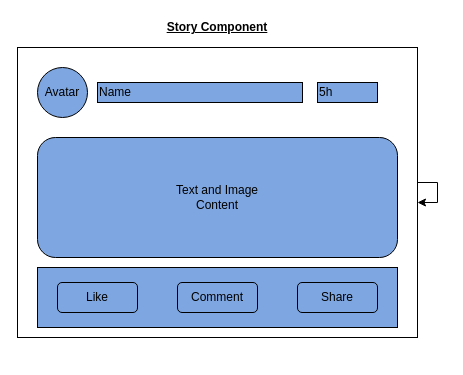
The draw.io diagram fb/Untitled Diagram.drawio in aribhatt91/Front-End-Design, before the edit. Source tidied: cells renumbered, new cells numbered last; positions are measured from the earlier drawing's top-left corner, leaving out a move shared by most shapes. Both pictures are drawn from the tidied source at 100%, with x=0, y=0 at pixel (17, 17).
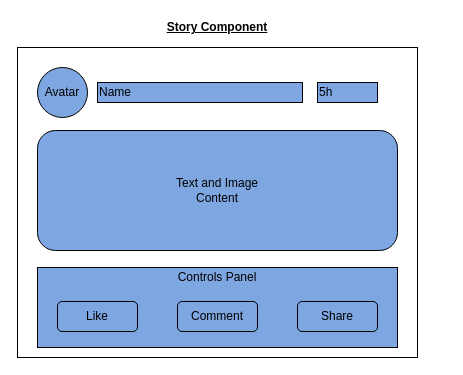
The same diagram, later.

Commit message:
Story component

Change to the diagram source:
```diff
@@
 <mxGraphModel>
   <root>
     <mxCell id="0" />
     <mxCell id="1" parent="0" />
     <mxCell id="2" style="rounded=0;whiteSpace=wrap;html=1;" parent="1" vertex="1">
-      <mxGeometry y="30" width="400" height="290" as="geometry" />
+      <mxGeometry y="30" width="400" height="310" as="geometry" />
     </mxCell>
     <mxCell id="3" value="&lt;u&gt;&lt;b&gt;Story Component&lt;/b&gt;&lt;/u&gt;" style="text;html=1;strokeColor=none;fillColor=none;align=center;verticalAlign=middle;whiteSpace=wrap;rounded=0;" parent="1" vertex="1">
       <mxGeometry x="130" width="140" height="20" as="geometry" />
     </mxCell>
     <mxCell id="4" value="Avatar" style="ellipse;whiteSpace=wrap;html=1;fillColor=#7EA6E0;" parent="1" vertex="1">
       <mxGeometry x="20" y="50" width="50" height="50" as="geometry" />
     </mxCell>
-    <mxCell id="5" style="edgeStyle=orthogonalEdgeStyle;rounded=0;orthogonalLoop=1;jettySize=auto;html=1;" parent="1" edge="1" source="2" target="2">
-      <mxGeometry relative="1" as="geometry" />
-    </mxCell>
     <mxCell id="6" value="5h" style="rounded=0;whiteSpace=wrap;html=1;fillColor=#7EA6E0;align=left;" parent="1" vertex="1">
       <mxGeometry x="300" y="65" width="60" height="20" as="geometry" />
     </mxCell>
     <mxCell id="7" value="&lt;div align=&quot;left&quot;&gt;Name&lt;/div&gt;" style="rounded=0;whiteSpace=wrap;html=1;fillColor=#7EA6E0;align=left;" parent="1" vertex="1">
       <mxGeometry x="80" y="65" width="205" height="20" as="geometry" />
     </mxCell>
     <mxCell id="8" value="&lt;div&gt;Text and Image &lt;br&gt;&lt;/div&gt;&lt;div&gt;Content&lt;/div&gt;" style="rounded=1;whiteSpace=wrap;html=1;fillColor=#7EA6E0;" parent="1" vertex="1">
-      <mxGeometry x="20" y="120" width="360" height="120" as="geometry" />
+      <mxGeometry x="20" y="113" width="360" height="120" as="geometry" />
     </mxCell>
     <mxCell id="9" style="rounded=0;whiteSpace=wrap;html=1;fillColor=#7EA6E0;" parent="1" vertex="1">
-      <mxGeometry x="20" y="250" width="360" height="60" as="geometry" />
+      <mxGeometry x="20" y="250" width="360" height="80" as="geometry" />
     </mxCell>
     <mxCell id="10" value="Like" style="rounded=1;whiteSpace=wrap;html=1;fillColor=#7EA6E0;" parent="1" vertex="1">
-      <mxGeometry x="40" y="265" width="80" height="30" as="geometry" />
+      <mxGeometry x="40" y="284" width="80" height="30" as="geometry" />
     </mxCell>
     <mxCell id="11" value="&lt;div&gt;Comment&lt;/div&gt;" style="rounded=1;whiteSpace=wrap;html=1;fillColor=#7EA6E0;" parent="1" vertex="1">
-      <mxGeometry x="160" y="265" width="80" height="30" as="geometry" />
+      <mxGeometry x="160" y="284" width="80" height="30" as="geometry" />
     </mxCell>
     <mxCell id="12" value="Share" style="rounded=1;whiteSpace=wrap;html=1;fillColor=#7EA6E0;" parent="1" vertex="1">
-      <mxGeometry x="280" y="265" width="80" height="30" as="geometry" />
+      <mxGeometry x="280" y="284" width="80" height="30" as="geometry" />
     </mxCell>
+    <mxCell id="13" value="Controls Panel" style="text;html=1;strokeColor=none;fillColor=none;align=center;verticalAlign=middle;whiteSpace=wrap;rounded=0;" parent="1" vertex="1">
+      <mxGeometry x="150" y="250" width="100" height="20" as="geometry" />
+    </mxCell>
   </root>
 </mxGraphModel>
```
